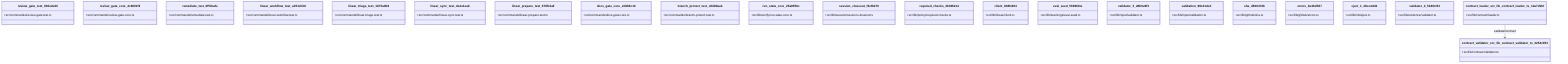
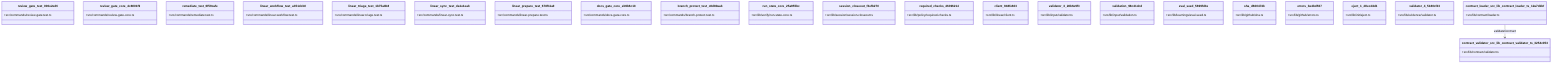
classDiagram
  class review_gate_test_000e2ed6 {
    +src/commands/review-gate.test.ts
  }
  class review_gate_core_4c8001f9 {
    +src/commands/review-gate-core.ts
  }
  class remediate_test_6f59cafe {
    +src/commands/remediate.test.ts
  }
  class linear_workflow_test_a351dcb0 {
    +src/commands/linear-workflow.test.ts
  }
  class linear_triage_test_1b75a8b8 {
    +src/commands/linear-triage.test.ts
  }
  class linear_sync_test_da1e1eab {
    +src/commands/linear-sync.test.ts
  }
  class linear_prepare_test_678f11a9 {
    +src/commands/linear-prepare.test.ts
  }
  class docs_gate_core_eb9b6c18 {
    +src/commands/docs-gate-core.ts
  }
  class branch_protect_test_c8d80aab {
    +src/commands/branch-protect.test.ts
  }
  class run_state_core_25a955bc {
    +src/lib/verify/run-state-core.ts
  }
  class session_closeout_f3efb270 {
    +src/lib/session/session-closeout.ts
  }
  class required_checks_46396214 {
    +src/lib/policy/required-checks.ts
  }
  class client_948fe603 {
    +src/lib/linear/client.ts
  }
-   class eval_seed_5699fd3e {
-     +src/lib/learnings/eval-seed.ts
-   }
  class validator_3_28b6e9f3 {
    +src/lib/input/validator.ts
  }
  class validation_98c41dcd {
    +src/lib/input/validation.ts
+   }
+   class eval_seed_5699fd3e {
+     +src/lib/learnings/eval-seed.ts
  }
  class sha_d600474b {
    +src/lib/github/sha.ts
  }
  class errors_be4bd567 {
    +src/lib/github/errors.ts
  }
  class eject_1_d0ecd4d1 {
    +src/lib/init/eject.ts
  }
  class validator_4_5180cf23 {
    +src/lib/evidence/validator.ts
  }
  class contract_loader_src_lib_contract_loader_ts_12a7d1bf {
    +src/lib/contract/loader.ts
  }
  class contract_validator_src_lib_contract_validator_ts_3254c053 {
    +src/lib/contract/validator.ts
  }
  contract_loader_src_lib_contract_loader_ts_12a7d1bf --> contract_validator_src_lib_contract_validator_ts_3254c053 : validateContract
